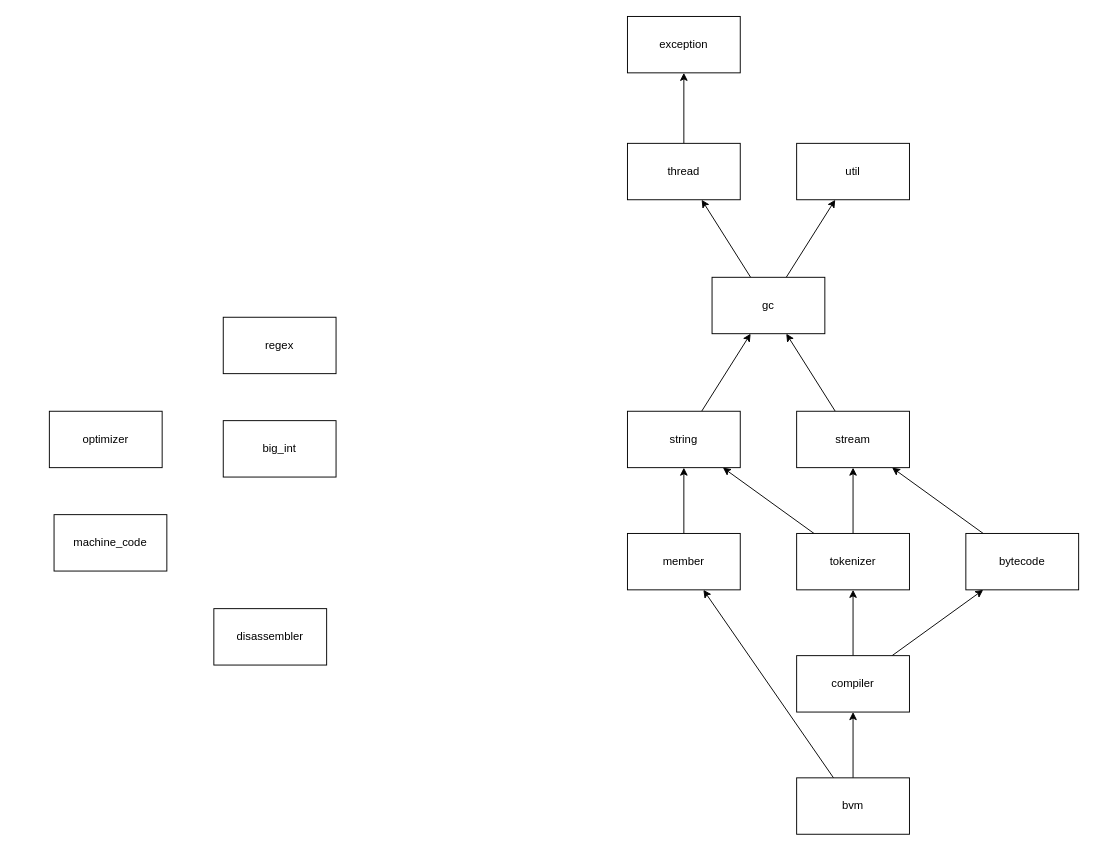
Earlier version of the draw.io diagram page "Dependencies" (3 of 4) of Components.drawio (bialang/bia). Source tidied: cells renumbered, new cells numbered last; positions are measured from the earlier drawing's top-left corner, leaving out a move shared by most shapes. Both pictures are drawn from the tidied source at 94%, with x=0, y=0 at pixel (49, 16).
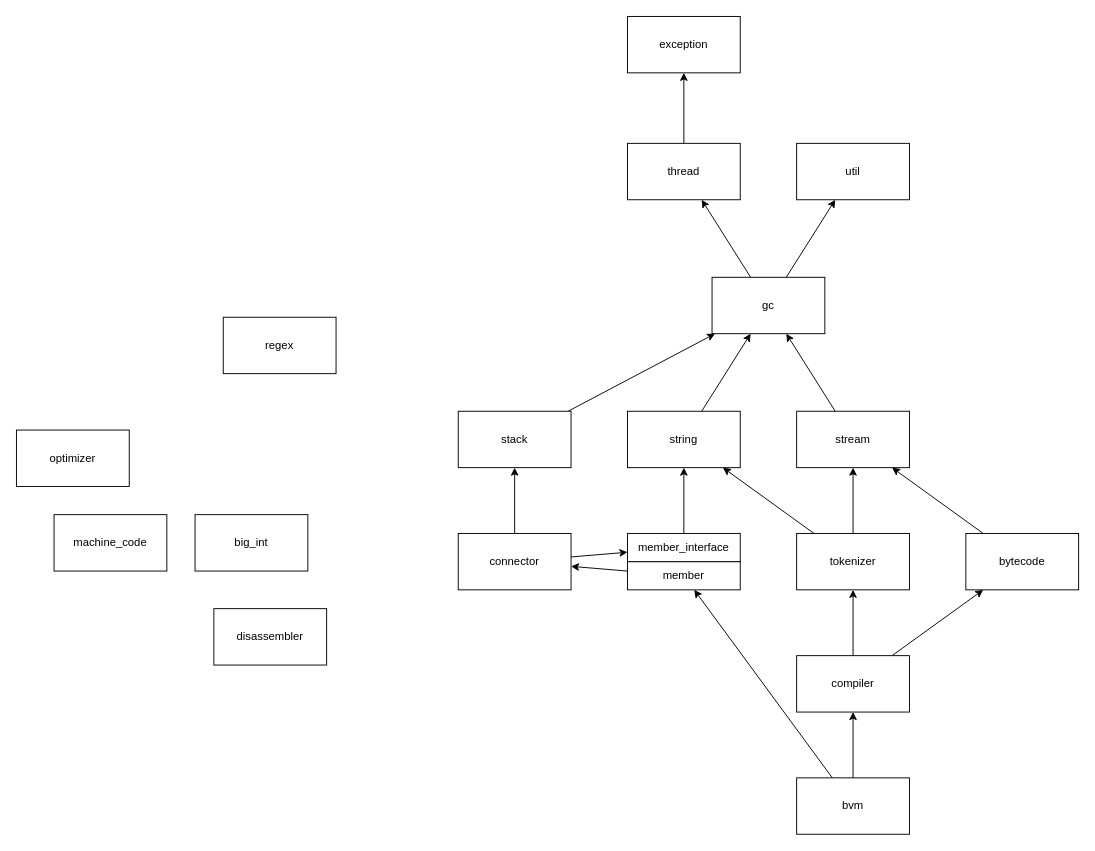
Above is the later version.

Unchanged cells that the change refers to:
```xml
<mxCell id="5" value="gc" style="rounded=0;whiteSpace=wrap;html=1;" parent="1" vertex="1">
  <mxGeometry x="705" y="277.5" width="120" height="60" as="geometry" />
</mxCell>
<mxCell id="9" value="string" style="rounded=0;whiteSpace=wrap;html=1;" parent="1" vertex="1">
  <mxGeometry x="615" y="420" width="120" height="60" as="geometry" />
</mxCell>
```

What changed in the source:
```diff
@@
     <mxCell id="11" value="big_int" style="rounded=0;whiteSpace=wrap;html=1;" parent="1" vertex="1">
-      <mxGeometry x="185" y="430" width="120" height="60" as="geometry" />
+      <mxGeometry x="155" y="530" width="120" height="60" as="geometry" />
     </mxCell>
@@
-    <mxCell id="19" style="rounded=0;jettySize=auto;html=1;" parent="1" edge="1" source="20" target="9">
-      <mxGeometry relative="1" as="geometry" />
-    </mxCell>
-    <mxCell id="20" value="member" style="rounded=0;whiteSpace=wrap;html=1;" parent="1" vertex="1">
-      <mxGeometry x="615" y="550" width="120" height="60" as="geometry" />
-    </mxCell>
@@
     <mxCell id="24" value="optimizer" style="rounded=0;whiteSpace=wrap;html=1;" parent="1" vertex="1">
-      <mxGeometry y="420" width="120" height="60" as="geometry" />
+      <mxGeometry x="-35" y="440" width="120" height="60" as="geometry" />
     </mxCell>
@@
+    <mxCell id="31" style="rounded=0;jettySize=auto;elbow=vertical;html=1;endArrow=classic;endFill=1;" parent="1" edge="1" source="33" target="35">
+      <mxGeometry relative="1" as="geometry" />
+    </mxCell>
+    <mxCell id="32" style="edgeStyle=none;rounded=0;jettySize=auto;html=1;endArrow=classic;endFill=1;" parent="1" edge="1" source="33" target="37">
+      <mxGeometry relative="1" as="geometry" />
+    </mxCell>
+    <mxCell id="33" value="connector" style="rounded=0;whiteSpace=wrap;html=1;" parent="1" vertex="1">
+      <mxGeometry x="435" y="550" width="120" height="60" as="geometry" />
+    </mxCell>
+    <mxCell id="34" style="edgeStyle=none;rounded=0;jettySize=auto;html=1;endArrow=classic;endFill=1;" parent="1" edge="1" source="35" target="5">
+      <mxGeometry relative="1" as="geometry" />
+    </mxCell>
+    <mxCell id="35" value="stack" style="rounded=0;whiteSpace=wrap;html=1;" parent="1" vertex="1">
+      <mxGeometry x="435" y="420" width="120" height="60" as="geometry" />
+    </mxCell>
+    <mxCell id="36" style="group;" parent="1" vertex="1">
+      <mxGeometry x="615" y="550" width="120" height="60" as="geometry" />
+    </mxCell>
+    <mxCell id="20" value="member" style="rounded=0;whiteSpace=wrap;html=1;" parent="36" vertex="1">
+      <mxGeometry y="30" width="120" height="30" as="geometry" />
+    </mxCell>
+    <mxCell id="37" value="member_interface" style="rounded=0;whiteSpace=wrap;html=1;" parent="36" vertex="1">
+      <mxGeometry width="120" height="30" as="geometry" />
+    </mxCell>
+    <mxCell id="38" style="edgeStyle=orthogonalEdgeStyle;rounded=0;jettySize=auto;html=1;" parent="1" edge="1" source="37" target="9">
+      <mxGeometry relative="1" as="geometry" />
+    </mxCell>
+    <mxCell id="39" style="rounded=0;jettySize=auto;html=1;" parent="1" edge="1" source="20" target="33">
+      <mxGeometry relative="1" as="geometry" />
+    </mxCell>
```
